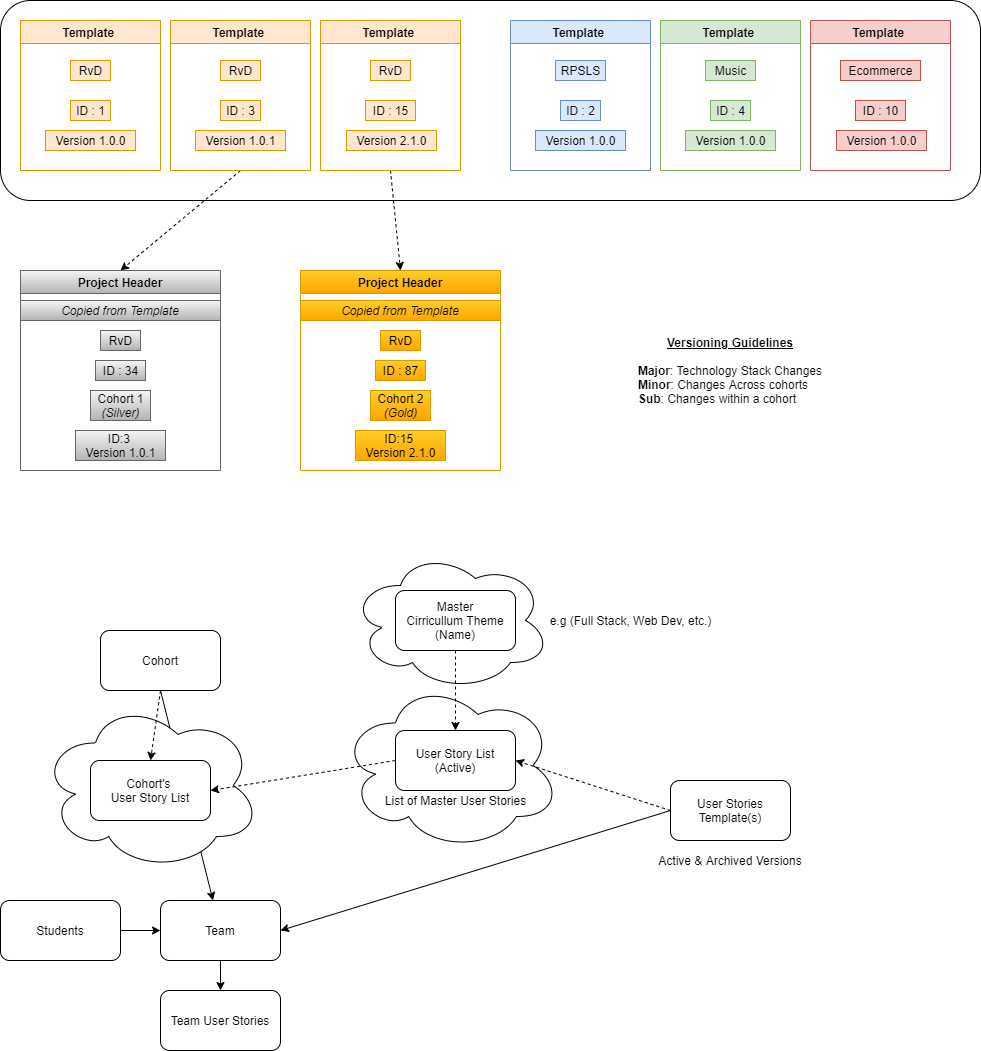
cashmy/usaag keeps this draw.io diagram as Conceptual Templates.png. Above is the earlier version. Source tidied: cells renumbered, new cells last; positions are measured from the earlier drawing's top-left corner, leaving out a move shared by most shapes.
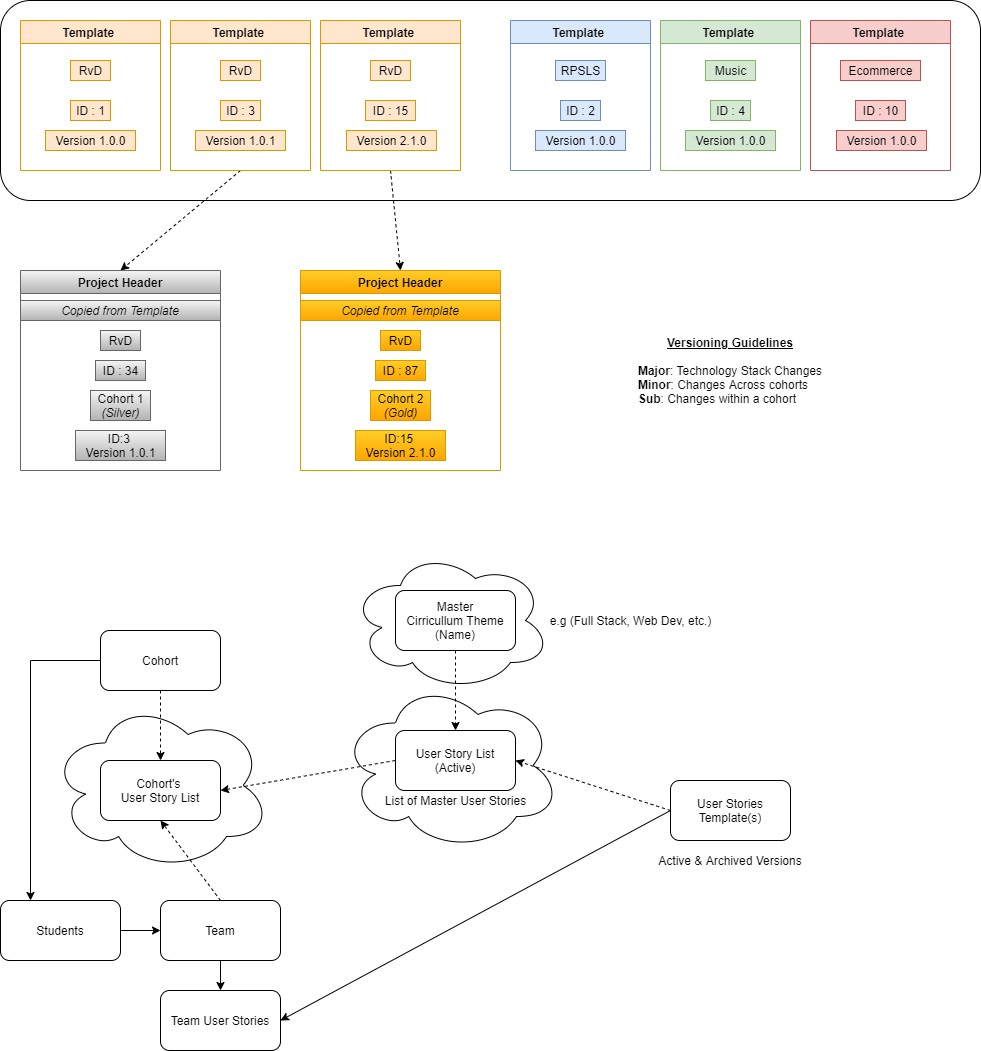
After the commit.

Diff of the diagram source:
```diff
@@ -2,14 +2,11 @@
   <root>
     <mxCell id="0" />
     <mxCell id="1" parent="0" />
-    <mxCell id="2" style="edgeStyle=none;rounded=0;jettySize=auto;html=1;exitX=0.5;exitY=1;exitDx=0;exitDy=0;startArrow=none;startFill=0;" parent="1" edge="1" source="53" target="60">
-      <mxGeometry relative="1" as="geometry" />
-    </mxCell>
     <mxCell id="3" style="ellipse;shape=cloud;whiteSpace=wrap;html=1;" parent="1" vertex="1">
       <mxGeometry x="350" y="550" width="200" height="140" as="geometry" />
     </mxCell>
     <mxCell id="4" style="ellipse;shape=cloud;whiteSpace=wrap;html=1;" parent="1" vertex="1">
-      <mxGeometry x="40" y="700" width="220" height="170" as="geometry" />
+      <mxGeometry x="50" y="700" width="220" height="170" as="geometry" />
     </mxCell>
     <mxCell id="5" style="ellipse;shape=cloud;whiteSpace=wrap;html=1;" parent="1" vertex="1">
       <mxGeometry x="340" y="680" width="220" height="170" as="geometry" />
@@ -155,10 +152,13 @@
     <mxCell id="52" style="edgeStyle=none;rounded=0;jettySize=auto;html=1;exitX=0.5;exitY=1;exitDx=0;exitDy=0;entryX=0.5;entryY=0;entryDx=0;entryDy=0;dashed=1;startArrow=none;startFill=0;" parent="1" edge="1" source="53" target="58">
       <mxGeometry relative="1" as="geometry" />
     </mxCell>
+    <mxCell id="64" style="edgeStyle=orthogonalEdgeStyle;rounded=0;jettySize=auto;html=1;exitX=0;exitY=0.5;exitDx=0;exitDy=0;entryX=0.25;entryY=0;entryDx=0;entryDy=0;startArrow=none;startFill=0;" parent="1" edge="1" source="53" target="62">
+      <mxGeometry relative="1" as="geometry" />
+    </mxCell>
     <mxCell id="53" value="Cohort" style="rounded=1;whiteSpace=wrap;html=1;" parent="1" vertex="1">
       <mxGeometry x="100" y="630" width="120" height="60" as="geometry" />
     </mxCell>
-    <mxCell id="54" style="edgeStyle=none;rounded=0;jettySize=auto;html=1;exitX=0;exitY=0.5;exitDx=0;exitDy=0;entryX=1;entryY=0.5;entryDx=0;entryDy=0;startArrow=none;startFill=0;" parent="1" edge="1" source="56" target="60">
+    <mxCell id="54" style="edgeStyle=none;rounded=0;jettySize=auto;html=1;exitX=0;exitY=0.5;exitDx=0;exitDy=0;entryX=1;entryY=0.5;entryDx=0;entryDy=0;startArrow=none;startFill=0;" parent="1" edge="1" source="56" target="51">
       <mxGeometry relative="1" as="geometry" />
     </mxCell>
     <mxCell id="55" style="edgeStyle=none;rounded=0;jettySize=auto;html=1;exitX=0;exitY=0.5;exitDx=0;exitDy=0;entryX=1;entryY=0.5;entryDx=0;entryDy=0;dashed=1;startArrow=none;startFill=0;" parent="1" edge="1" source="56" target="48">
@@ -171,11 +171,14 @@
       <mxGeometry x="650" y="850" width="160" height="20" as="geometry" />
     </mxCell>
     <mxCell id="58" value="Cohort's&amp;nbsp;&lt;br&gt;User Story List" style="rounded=1;whiteSpace=wrap;html=1;" parent="1" vertex="1">
-      <mxGeometry x="90" y="760" width="120" height="60" as="geometry" />
+      <mxGeometry x="100" y="760" width="120" height="60" as="geometry" />
     </mxCell>
     <mxCell id="59" style="edgeStyle=none;rounded=0;jettySize=auto;html=1;exitX=0.5;exitY=1;exitDx=0;exitDy=0;entryX=0.5;entryY=0;entryDx=0;entryDy=0;startArrow=none;startFill=0;" parent="1" edge="1" source="60" target="51">
       <mxGeometry relative="1" as="geometry" />
     </mxCell>
+    <mxCell id="65" style="rounded=0;jettySize=auto;html=1;exitX=0.5;exitY=0;exitDx=0;exitDy=0;entryX=0.5;entryY=1;entryDx=0;entryDy=0;startArrow=none;startFill=0;dashed=1;" parent="1" edge="1" source="60" target="58">
+      <mxGeometry relative="1" as="geometry" />
+    </mxCell>
     <mxCell id="60" value="Team" style="rounded=1;whiteSpace=wrap;html=1;" parent="1" vertex="1">
       <mxGeometry x="160" y="900" width="120" height="60" as="geometry" />
     </mxCell>
```
